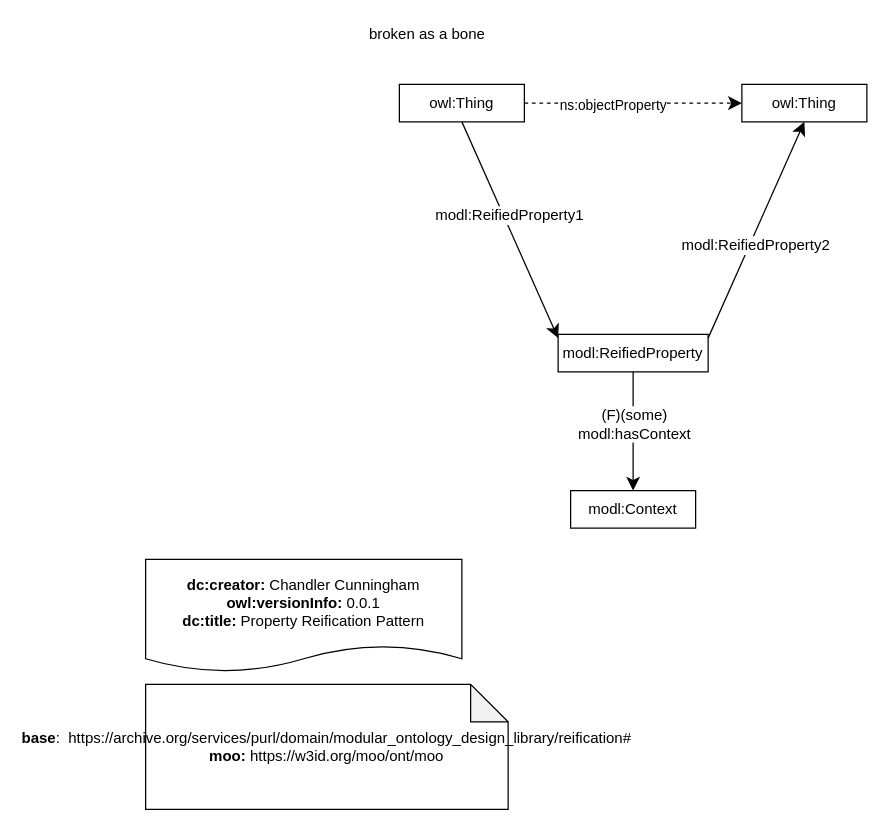
Earlier version of the draw.io diagram Drawio Patterns/reification.drawio (nd-crane/Drawio-experiments). Source tidied: cells renumbered, new cells numbered last; positions are measured from the earlier drawing's top-left corner, leaving out a move shared by most shapes. Both pictures are drawn from the tidied source at 125%, with x=0, y=0 at pixel (145, 21).
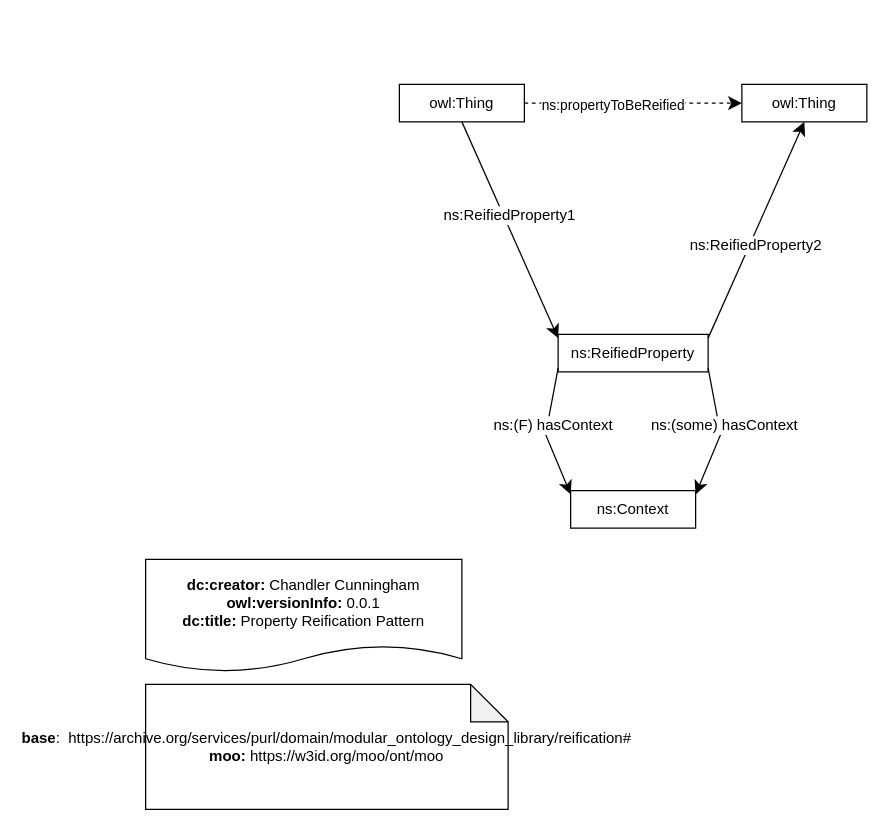
Above is the later version.

The change refers to these unchanged cells:
```xml
<mxCell id="10" style="endArrow=classic;html=1;exitX=1;exitY=0.5;exitDx=0;exitDy=0;entryX=0;entryY=0.5;entryDx=0;entryDy=0;endSize=8;dashed=1;arcSize=0;" parent="1" edge="1" source="9" target="8">
  <mxGeometry relative="1" as="geometry" />
</mxCell>
<mxCell id="12" style="endArrow=classic;html=1;exitX=1;exitY=0.1;exitDx=0;exitDy=0;entryX=0.5;entryY=1;entryDx=0;entryDy=0;endSize=8;arcSize=0;" parent="1" edge="1" source="7" target="8">
  <mxGeometry relative="1" as="geometry" />
</mxCell>
<mxCell id="14" style="endArrow=classic;html=1;exitX=0.5;exitY=1;exitDx=0;exitDy=0;entryX=0;entryY=0.1;entryDx=0;entryDy=0;endSize=8;arcSize=0;" parent="1" edge="1" source="9" target="7">
  <mxGeometry relative="1" as="geometry" />
</mxCell>
```

What changed in the source:
```diff
@@
-    <mxCell id="4" value="modl:Context" style="rounded=0;whiteSpace=wrap;html=1;snapToPoint=1;points=[[0.1,0],[0.2,0],[0.3,0],[0.4,0],[0.5,0],[0.6,0],[0.7,0],[0.8,0],[0.9,0],[0,0.1],[0,0.3],[0,0.5],[0,0.7],[0,0.9],[0.1,1],[0.2,1],[0.3,1],[0.4,1],[0.5,1],[0.6,1],[0.7,1],[0.8,1],[0.9,1],[1,0.1],[1,0.3],[1,0.5],[1,0.7],[1,0.9]];" parent="1" vertex="1">
+    <mxCell id="4" value="ns:Context" style="rounded=0;whiteSpace=wrap;html=1;snapToPoint=1;points=[[0.1,0],[0.2,0],[0.3,0],[0.4,0],[0.5,0],[0.6,0],[0.7,0],[0.8,0],[0.9,0],[0,0.1],[0,0.3],[0,0.5],[0,0.7],[0,0.9],[0.1,1],[0.2,1],[0.3,1],[0.4,1],[0.5,1],[0.6,1],[0.7,1],[0.8,1],[0.9,1],[1,0.1],[1,0.3],[1,0.5],[1,0.7],[1,0.9]];" parent="1" vertex="1">
       <mxGeometry x="340" y="375" width="100" height="30" as="geometry" />
     </mxCell>
-    <mxCell id="5" style="endArrow=classic;html=1;exitX=0.5;exitY=1;exitDx=0;exitDy=0;entryX=0.5;entryY=0;entryDx=0;entryDy=0;endSize=8;arcSize=0;" parent="1" edge="1" source="7" target="4">
-      <mxGeometry relative="1" as="geometry" />
-    </mxCell>
-    <mxCell id="6" value="&lt;div&gt;&lt;div&gt;(F)(some)&lt;/div&gt;modl:hasContext&lt;/div&gt;" style="text;html=1;align=center;verticalAlign=middle;labelBackgroundColor=#ffffff;" parent="5" vertex="1">
-      <mxGeometry x="-0.13" relative="1" as="geometry" />
-    </mxCell>
-    <mxCell id="7" value="modl:ReifiedProperty" style="rounded=0;whiteSpace=wrap;html=1;snapToPoint=1;points=[[0.1,0],[0.2,0],[0.3,0],[0.4,0],[0.5,0],[0.6,0],[0.7,0],[0.8,0],[0.9,0],[0,0.1],[0,0.3],[0,0.5],[0,0.7],[0,0.9],[0.1,1],[0.2,1],[0.3,1],[0.4,1],[0.5,1],[0.6,1],[0.7,1],[0.8,1],[0.9,1],[1,0.1],[1,0.3],[1,0.5],[1,0.7],[1,0.9]];" parent="1" vertex="1">
+    <mxCell id="7" value="ns:ReifiedProperty" style="rounded=0;whiteSpace=wrap;html=1;snapToPoint=1;points=[[0.1,0],[0.2,0],[0.3,0],[0.4,0],[0.5,0],[0.6,0],[0.7,0],[0.8,0],[0.9,0],[0,0.1],[0,0.3],[0,0.5],[0,0.7],[0,0.9],[0.1,1],[0.2,1],[0.3,1],[0.4,1],[0.5,1],[0.6,1],[0.7,1],[0.8,1],[0.9,1],[1,0.1],[1,0.3],[1,0.5],[1,0.7],[1,0.9]];" parent="1" vertex="1">
       <mxGeometry x="330" y="250" width="120" height="30" as="geometry" />
     </mxCell>
@@
-    <mxCell id="11" value="&lt;div&gt;ns:objectProperty&lt;/div&gt;" style="edgeLabel;html=1;align=center;verticalAlign=middle;" parent="10" vertex="1">
+    <mxCell id="11" value="&lt;div&gt;ns:propertyToBeReified&lt;/div&gt;" style="edgeLabel;html=1;align=center;verticalAlign=middle;" parent="10" vertex="1">
       <mxGeometry x="-0.19" y="-1" relative="1" as="geometry" />
     </mxCell>
@@
-    <mxCell id="13" value="&lt;div&gt;modl:ReifiedProperty2&lt;/div&gt;" style="text;html=1;align=center;verticalAlign=middle;labelBackgroundColor=#ffffff;" parent="12" vertex="1">
+    <mxCell id="13" value="&lt;div&gt;ns:ReifiedProperty2&lt;/div&gt;" style="text;html=1;align=center;verticalAlign=middle;labelBackgroundColor=#ffffff;" parent="12" vertex="1">
       <mxGeometry x="-0.13" relative="1" as="geometry">
         <mxPoint x="4.2" as="offset" />
       </mxGeometry>
     </mxCell>
@@
-    <mxCell id="15" value="&lt;div&gt;modl:ReifiedProperty1&lt;/div&gt;" style="text;html=1;align=center;verticalAlign=middle;labelBackgroundColor=#ffffff;" parent="14" vertex="1">
+    <mxCell id="15" value="&lt;div&gt;ns:ReifiedProperty1&lt;/div&gt;" style="text;html=1;align=center;verticalAlign=middle;labelBackgroundColor=#ffffff;" parent="14" vertex="1">
       <mxGeometry x="-0.13" relative="1" as="geometry">
         <mxPoint x="4.2" as="offset" />
       </mxGeometry>
     </mxCell>
-    <mxCell id="16" value="broken as a bone" style="text;html=1;align=center;verticalAlign=middle;strokeColor=none;fillColor=none;" parent="1" vertex="1">
-      <mxGeometry x="170" width="110" height="20" as="geometry" />
+    <mxCell id="16" style="endArrow=classic;html=1;exitX=1;exitY=0.9;exitDx=0;exitDy=0;entryX=1;entryY=0.1;entryDx=0;entryDy=0;endSize=8;arcSize=0;" parent="1" edge="1" source="7" target="4">
+      <mxGeometry relative="1" as="geometry">
+        <Array as="points">
+          <mxPoint x="460" y="330" />
+        </Array>
+      </mxGeometry>
     </mxCell>
+    <mxCell id="17" value="&lt;div&gt;ns:(some) hasContext&lt;/div&gt;" style="text;html=1;align=center;verticalAlign=middle;labelBackgroundColor=#ffffff;" parent="16" vertex="1">
+      <mxGeometry x="-0.13" relative="1" as="geometry">
+        <mxPoint x="4.2" as="offset" />
+      </mxGeometry>
+    </mxCell>
+    <mxCell id="5" style="endArrow=classic;html=1;exitX=0;exitY=0.9;exitDx=0;exitDy=0;entryX=0;entryY=0.1;entryDx=0;entryDy=0;endSize=8;arcSize=0;" parent="1" edge="1" source="7" target="4">
+      <mxGeometry relative="1" as="geometry">
+        <Array as="points">
+          <mxPoint x="320" y="330" />
+        </Array>
+      </mxGeometry>
+    </mxCell>
+    <mxCell id="18" value="&lt;div&gt;ns:(F) hasContext&lt;/div&gt;" style="text;html=1;align=center;verticalAlign=middle;labelBackgroundColor=#ffffff;" parent="5" vertex="1">
+      <mxGeometry x="-0.13" relative="1" as="geometry">
+        <mxPoint x="4.2" as="offset" />
+      </mxGeometry>
+    </mxCell>
```
